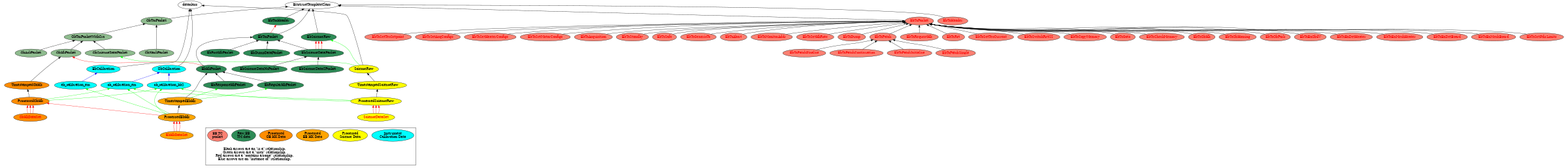
Above: doc/enfys-classes.png in AU-ExoMars/egse-data-decoders (Graphviz), before the change. Its source is kept beside it as doc/enfys-classes.dot.
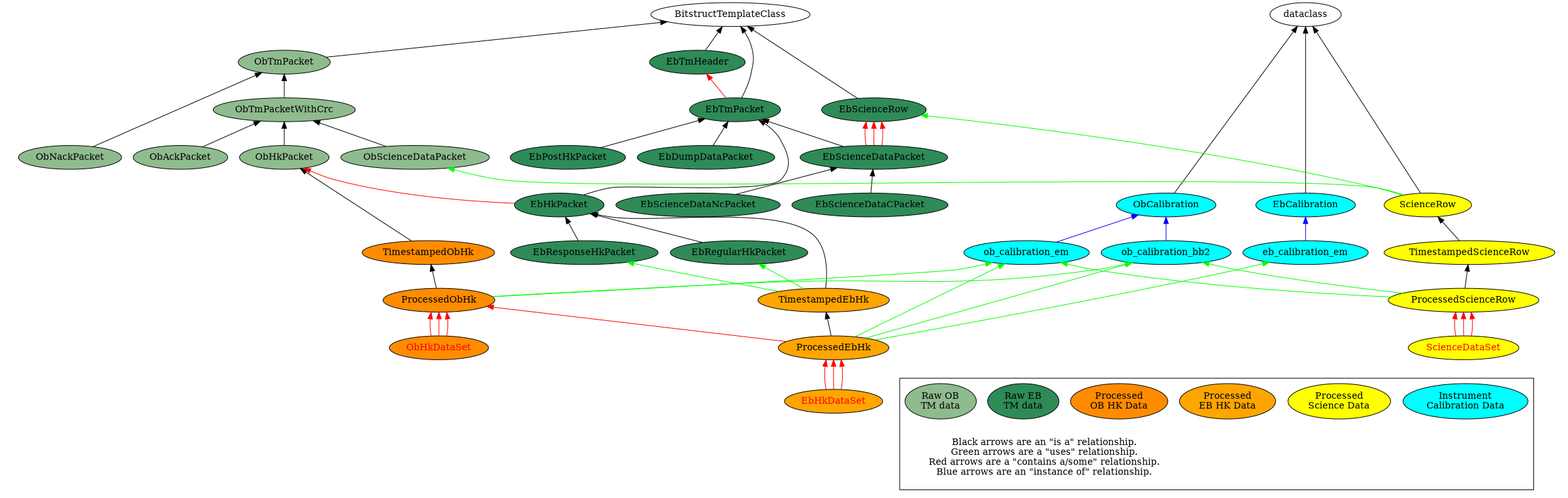
After the commit.

Diff of the diagram source:
```diff
@@ -3,7 +3,7 @@
 display: feh --scale-down -g 2560x720 -Z -
 pipe: "{{ postproc }}{% if stdout.isatty() %} | {{display}}{% endif %}"
 
-show_tcs: true
+show_tcs: false
 
 calibration: cyan
 science_data: yellow
@@ -183,41 +183,41 @@
         style=invis;
         node [fillcolor="{{eb_tc}}", style=filled];
 
-        {{node("EbTcHeader")}};
-        {{node("EbTcPacket")}};
-        {{node("EbTcRet")}};
-        {{node("EbTcRequestHk")}};
-        {{node("EbTcPatch")}};
-        {{node("EbTcPatchSingle")}};
-        {{node("EbTcPatchInitialise")}};
-        {{node("EbTcPatchContinuation")}};
-        {{node("EbTcPatchFinalise")}};
-        {{node("EbTcDump")}};
-        {{node("EbTcSetHkRate")}};
-        {{node("EbTcMonitorAddr")}};
-        {{node("EbTcAbort")}};
-        {{node("EbTcGenericTc")}};
-        {{node("EbTcSafe")}};
-        {{node("EbTcStandby")}};
-        {{node("EbTcAcquisition")}};
-        {{node("EbTcSetMotorConfigs")}};
-        {{node("EbTcSetHeaterConfigs")}};
-        {{node("EbTcSetAcqConfigs")}};
-        {{node("EbTcSetTecSetpoint")}};
-        {{node("EbTcSetFdirLimits")}};
-        {{node("EbTcEnMechBoard")}};
-        {{node("EbTcEnDetBoard")}};
-        {{node("EbTcEnMechHeater")}};
-        {{node("EbTcEnDetHeater")}};
-        {{node("EbTcEnOb5V")}};
-        {{node("EbTcObPark")}};
-        {{node("EbTcObHoming")}};
-        {{node("EbTcObHk")}};
-        {{node("EbTcCheckMemory")}};
-        {{node("EbTcGoto")}};
-        {{node("EbTcCopyMemory")}};
-        {{node("EbTcSwitchRs422")}};
-        {{node("EbTcSetTecCurrent")}};
+        {{node("EbTcHeader", done=True)}};
+        {{node("EbTcPacket", done=True)}};
+        {{node("EbTcRet", done=True)}};
+        {{node("EbTcRequestHk", done=True)}};
+        {{node("EbTcPatch", done=True)}};
+        {{node("EbTcPatchSingle", done=True)}};
+        {{node("EbTcPatchInitialise", done=True)}};
+        {{node("EbTcPatchContinuation", done=True)}};
+        {{node("EbTcPatchFinalise", done=True)}};
+        {{node("EbTcDump", done=True)}};
+        {{node("EbTcSetHkRate", done=True)}};
+        {{node("EbTcMonitorAddr", done=True)}};
+        {{node("EbTcAbort", done=True)}};
+        {{node("EbTcGenericTc", done=True)}};
+        {{node("EbTcSafe", done=True)}};
+        {{node("EbTcStandby", done=True)}};
+        {{node("EbTcAcquisition", done=True)}};
+        {{node("EbTcSetMotorConfigs", done=True)}};
+        {{node("EbTcSetHeaterConfigs", done=True)}};
+        {{node("EbTcSetAcqConfigs", done=True)}};
+        {{node("EbTcSetTecSetpoint", done=True)}};
+        {{node("EbTcSetFdirLimits", done=True)}};
+        {{node("EbTcEnMechBoard", done=True)}};
+        {{node("EbTcEnDetBoard", done=True)}};
+        {{node("EbTcEnMechHeater", done=True)}};
+        {{node("EbTcEnDetHeater", done=True)}};
+        {{node("EbTcEnOb5V", done=True)}};
+        {{node("EbTcObPark", done=True)}};
+        {{node("EbTcObHoming", done=True)}};
+        {{node("EbTcObHk", done=True)}};
+        {{node("EbTcCheckMemory", done=True)}};
+        {{node("EbTcGoto", done=True)}};
+        {{node("EbTcCopyMemory", done=True)}};
+        {{node("EbTcSwitchRs422", done=True)}};
+        {{node("EbTcSetTecCurrent", done=True)}};
     }
 
     { EbTcHeader, EbTcPacket } -> BitstructTemplateClass;
```
